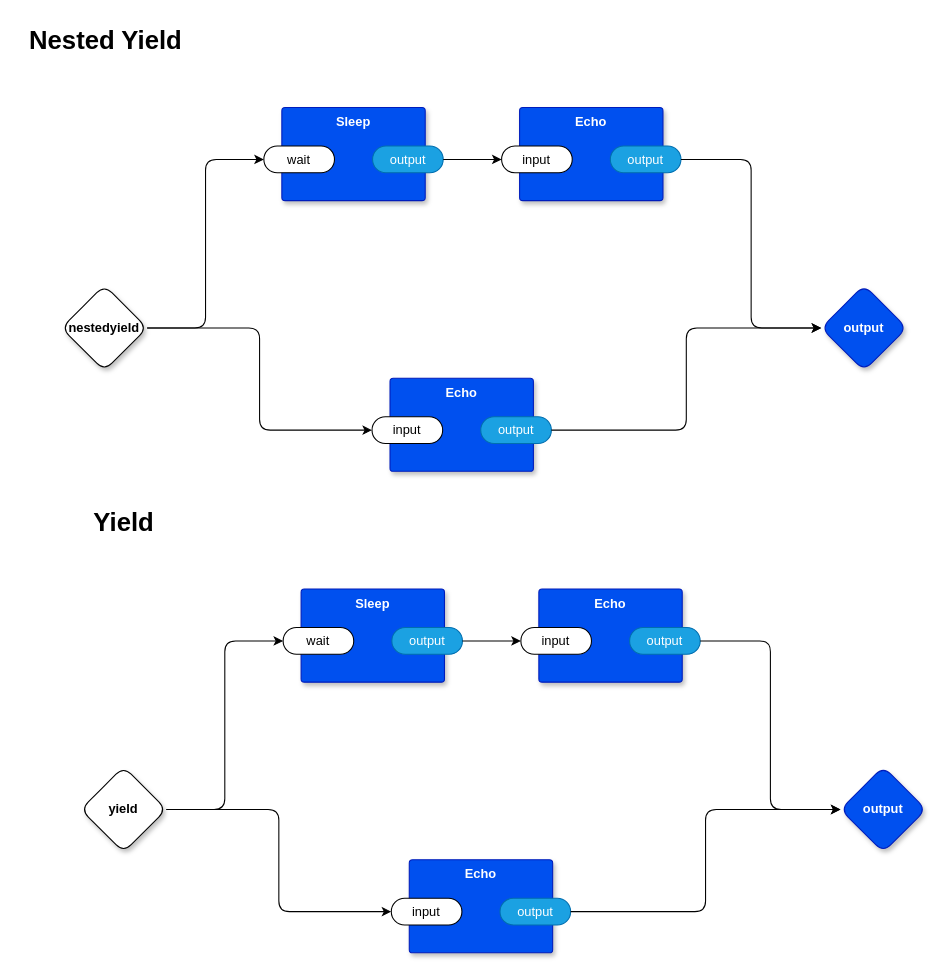
This is page "main" (1 of 2) of example.drawio from guitarvydas/odin0d, a draw.io file, before an edit. Source tidied: cells renumbered, new cells numbered last; positions are measured from the earlier drawing's top-left corner, leaving out a move shared by most shapes. Both pictures are drawn from the tidied source at 107%, with x=0, y=0 at pixel (18, 18).
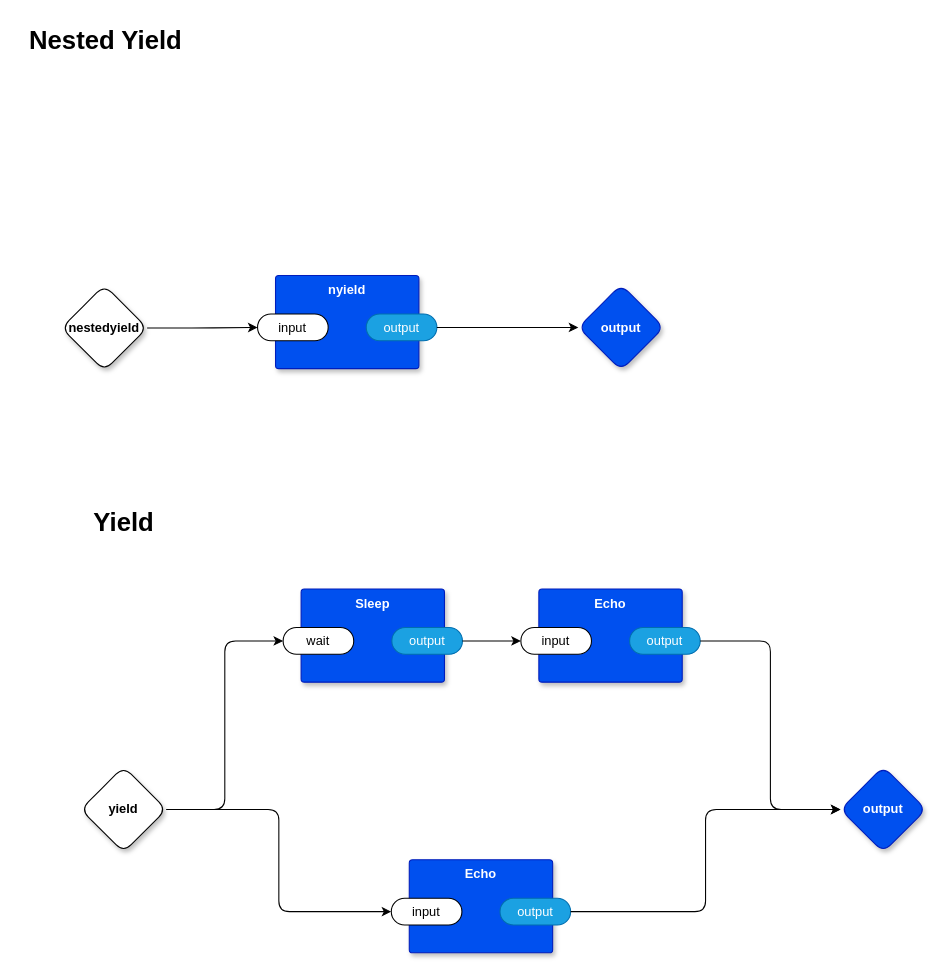
The same page after the edit.

Commit message:
nyield implemented with yield

The change refers to these unchanged cells:
```xml
<mxCell id="21" value="nestedyield" style="rhombus;whiteSpace=wrap;html=1;rounded=1;fontStyle=1;glass=0;sketch=0;fontSize=12;points=[[0,0.5,0,0,0],[0.5,0,0,0,0],[0.5,1,0,0,0],[1,0.5,0,0,0]];shadow=1;" parent="1" vertex="1">
  <mxGeometry x="40" y="249" width="80" height="80" as="geometry" />
</mxCell>
```

The edit, as a diff of the source:
```diff
@@
-    <mxCell id="19" style="edgeStyle=orthogonalEdgeStyle;rounded=1;jettySize=auto;html=1;exitX=1;exitY=0.5;exitDx=0;exitDy=0;exitPerimeter=0;entryX=0;entryY=0.5;entryDx=0;entryDy=0;entryPerimeter=0;" parent="1" edge="1" source="21" target="24">
-      <mxGeometry relative="1" as="geometry" />
-    </mxCell>
@@
     <mxCell id="22" value="output" style="rhombus;whiteSpace=wrap;html=1;rounded=1;fillColor=#0050ef;fontColor=#ffffff;strokeColor=#001DBC;fontStyle=1;glass=0;sketch=0;fontSize=12;points=[[0,0.5,0,0,0],[0.5,0,0,0,0],[0.5,1,0,0,0],[1,0.5,0,0,0]];shadow=1;" parent="1" vertex="1">
-      <mxGeometry x="750" y="249" width="80" height="80" as="geometry" />
+      <mxGeometry x="523" y="248.5" width="80" height="80" as="geometry" />
     </mxCell>
-    <mxCell id="23" value="Sleep" style="rounded=1;whiteSpace=wrap;html=1;sketch=0;verticalAlign=top;arcSize=6;fontStyle=1;absoluteArcSize=1;shadow=1;strokeColor=#001DBC;fillColor=#0050ef;fontColor=#ffffff;" parent="1" vertex="1">
-      <mxGeometry x="245.9" y="83" width="134" height="87" as="geometry" />
-    </mxCell>
-    <mxCell id="24" value="wait" style="rounded=1;whiteSpace=wrap;html=1;sketch=0;points=[[0,0.5,0,0,0],[1,0.5,0,0,0]];arcSize=50;" parent="23" vertex="1">
-      <mxGeometry x="-16.8" y="36" width="66" height="25" as="geometry" />
-    </mxCell>
-    <mxCell id="25" value="output" style="rounded=1;whiteSpace=wrap;html=1;sketch=0;points=[[0,0.5,0,0,0],[1,0.5,0,0,0]];fillColor=#1ba1e2;fontColor=#ffffff;strokeColor=#006EAF;arcSize=50;" parent="23" vertex="1">
-      <mxGeometry x="84.8" y="36" width="66" height="25" as="geometry" />
-    </mxCell>
-    <mxCell id="26" value="Echo" style="rounded=1;whiteSpace=wrap;html=1;sketch=0;verticalAlign=top;arcSize=6;fontStyle=1;absoluteArcSize=1;shadow=1;strokeColor=#001DBC;fillColor=#0050ef;fontColor=#ffffff;" parent="1" vertex="1">
-      <mxGeometry x="468.1" y="83" width="134" height="87" as="geometry" />
-    </mxCell>
-    <mxCell id="27" value="input" style="rounded=1;whiteSpace=wrap;html=1;sketch=0;points=[[0,0.5,0,0,0],[1,0.5,0,0,0]];arcSize=50;" parent="26" vertex="1">
-      <mxGeometry x="-16.8" y="36" width="66" height="25" as="geometry" />
-    </mxCell>
-    <mxCell id="28" value="output" style="rounded=1;whiteSpace=wrap;html=1;sketch=0;points=[[0,0.5,0,0,0],[1,0.5,0,0,0]];fillColor=#1ba1e2;fontColor=#ffffff;strokeColor=#006EAF;arcSize=50;" parent="26" vertex="1">
-      <mxGeometry x="84.8" y="36" width="66" height="25" as="geometry" />
-    </mxCell>
-    <mxCell id="29" value="Echo" style="rounded=1;whiteSpace=wrap;html=1;sketch=0;verticalAlign=top;arcSize=6;fontStyle=1;absoluteArcSize=1;shadow=1;strokeColor=#001DBC;fillColor=#0050ef;fontColor=#ffffff;" parent="1" vertex="1">
-      <mxGeometry x="347" y="336" width="134" height="87" as="geometry" />
+    <mxCell id="29" value="nyield" style="rounded=1;whiteSpace=wrap;html=1;sketch=0;verticalAlign=top;arcSize=6;fontStyle=1;absoluteArcSize=1;shadow=1;strokeColor=#001DBC;fillColor=#0050ef;fontColor=#ffffff;" parent="1" vertex="1">
+      <mxGeometry x="240" y="240" width="134" height="87" as="geometry" />
     </mxCell>
@@
-    <mxCell id="32" style="edgeStyle=orthogonalEdgeStyle;rounded=1;jettySize=auto;html=1;exitX=1;exitY=0.5;exitDx=0;exitDy=0;exitPerimeter=0;entryX=0;entryY=0.5;entryDx=0;entryDy=0;entryPerimeter=0;" parent="1" edge="1" source="25" target="27">
-      <mxGeometry relative="1" as="geometry" />
-    </mxCell>
-    <mxCell id="33" style="edgeStyle=orthogonalEdgeStyle;rounded=1;jettySize=auto;html=1;exitX=1;exitY=0.5;exitDx=0;exitDy=0;exitPerimeter=0;entryX=0;entryY=0.5;entryDx=0;entryDy=0;entryPerimeter=0;" parent="1" edge="1" source="28" target="22">
-      <mxGeometry relative="1" as="geometry" />
-    </mxCell>
```
